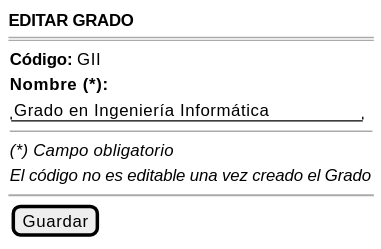
This is images/RUP/01-requisitos/03-detalle-casos-uso/editarPrograma/wireframe.svg from mmasias/pyCeldaPublico, a PlantUML export, as it was before one commit.
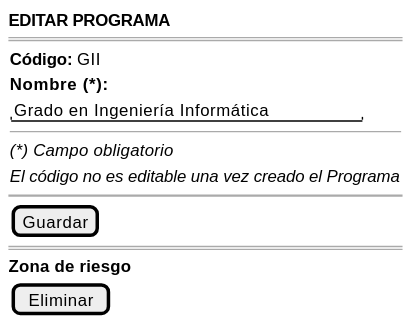
Later version of the same file.

Diff of the diagram source:
```diff
@@ -1,6 +1,6 @@
-@startsalt editarGrado-wireframe
+@startsalt editarPrograma-wireframe
 {
-    <b>EDITAR GRADO</b>
+    <b>EDITAR PROGRAMA</b>
     ====
     {
         <b>Código:</b> GII
@@ -8,9 +8,12 @@
         "Grado en Ingeniería Informática"
         --
         <i>(*) Campo obligatorio</i>
-        <i>El código no es editable una vez creado el Grado</i>
+        <i>El código no es editable una vez creado el Programa</i>
     }
     ~~
     {[Guardar]}
+    ==
+    <b>Zona de riesgo</b>
+    {[Eliminar]}
 }
 @endsalt
```
